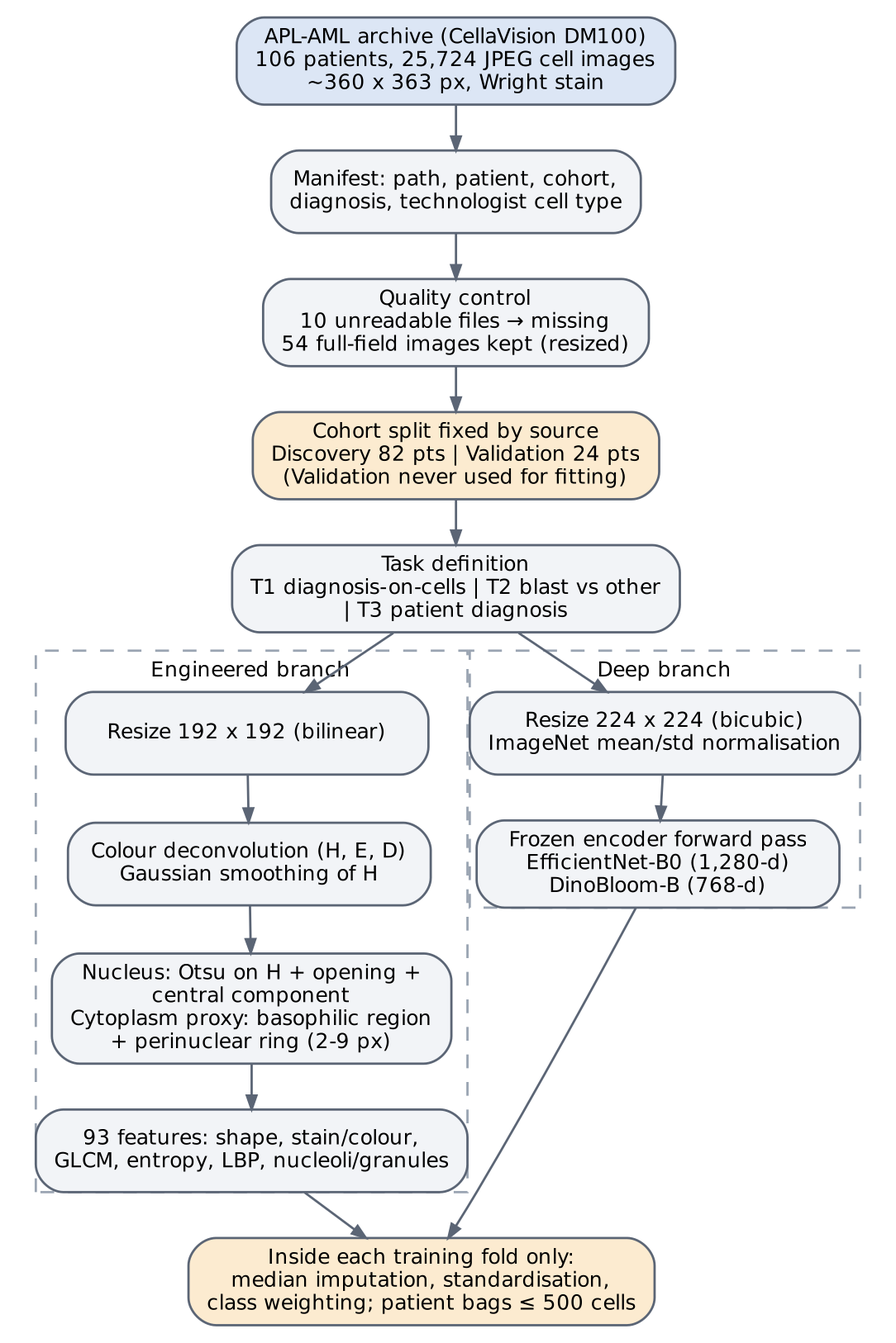
Above: manuscript/figures/fig_preprocessing.png in Sherif-Hussein/leukemia-leakage-benchmark (Graphviz), before the change. Its source is kept beside it as manuscript/figures/fig_preprocessing.dot.
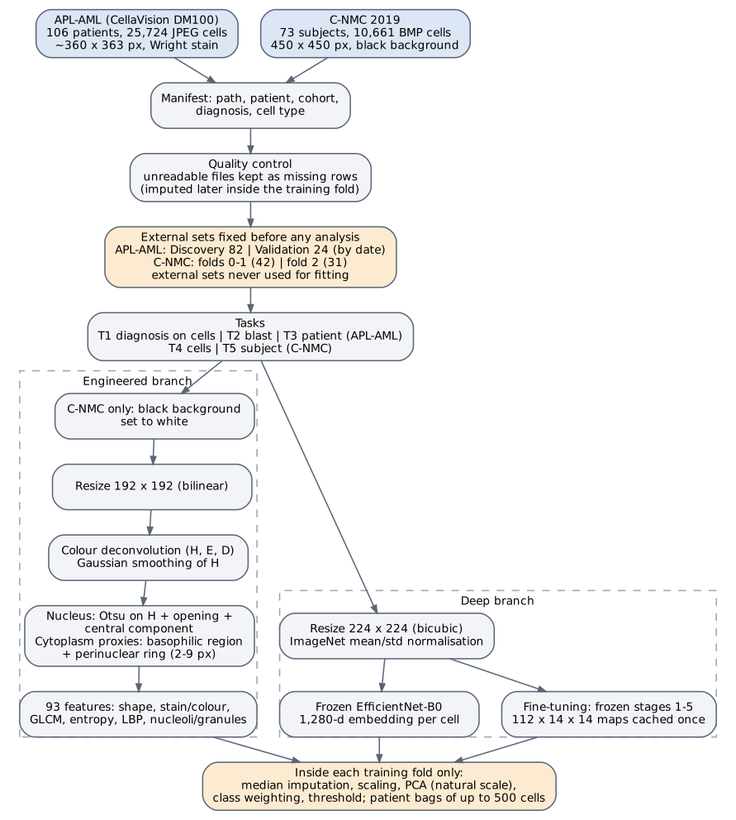
The same file after the commit.

Diff of the diagram source:
```diff
@@ -2,24 +2,27 @@
   graph [rankdir=TB, fontname="DejaVu Sans", fontsize=10, nodesep=0.25, ranksep=0.28, margin=0.05];
   node  [shape=box, style="rounded,filled", fillcolor="#F2F4F7", color="#5B6575", fontname="DejaVu Sans", fontsize=9, width=2.2];
   edge  [color="#5B6575", arrowsize=0.6];
-  raw   [label="APL-AML archive (CellaVision DM100)\n106 patients, 25,724 JPEG cell images\n~360 x 363 px, Wright stain", fillcolor="#DCE6F5"];
-  man   [label="Manifest: path, patient, cohort,\ndiagnosis, technologist cell type"];
-  qc    [label="Quality control\n10 unreadable files &#8594; missing\n54 full-field images kept (resized)"];
-  split [label="Cohort split fixed by source\nDiscovery 82 pts | Validation 24 pts\n(Validation never used for fitting)", fillcolor="#FCEBD0"];
-  task  [label="Task definition\nT1 diagnosis-on-cells | T2 blast vs other\n| T3 patient diagnosis"];
+  raw1  [label="APL-AML (CellaVision DM100)\n106 patients, 25,724 JPEG cells\n~360 x 363 px, Wright stain", fillcolor="#DCE6F5"];
+  raw2  [label="C-NMC 2019\n73 subjects, 10,661 BMP cells\n450 x 450 px, black background", fillcolor="#DCE6F5"];
+  man   [label="Manifest: path, patient, cohort,\ndiagnosis, cell type"];
+  qc    [label="Quality control\nunreadable files kept as missing rows\n(imputed later inside the training fold)"];
+  split [label="External sets fixed before any analysis\nAPL-AML: Discovery 82 | Validation 24 (by date)\nC-NMC: folds 0-1 (42) | fold 2 (31)\nexternal sets never used for fitting", fillcolor="#FCEBD0"];
+  task  [label="Tasks\nT1 diagnosis on cells | T2 blast | T3 patient (APL-AML)\nT4 cells | T5 subject (C-NMC)"];
   subgraph cluster_a { label="Engineered branch"; fontsize=9; color="#9AA4B2"; style=dashed;
+    bg  [label="C-NMC only: black background\nset to white"];
     rs1 [label="Resize 192 x 192 (bilinear)"];
     hed [label="Colour deconvolution (H, E, D)\nGaussian smoothing of H"];
-    seg [label="Nucleus: Otsu on H + opening +\ncentral component\nCytoplasm proxy: basophilic region\n+ perinuclear ring (2-9 px)"];
+    seg [label="Nucleus: Otsu on H + opening +\ncentral component\nCytoplasm proxies: basophilic region\n+ perinuclear ring (2-9 px)"];
     fe  [label="93 features: shape, stain/colour,\nGLCM, entropy, LBP, nucleoli/granules"];
   }
   subgraph cluster_b { label="Deep branch"; fontsize=9; color="#9AA4B2"; style=dashed;
     rs2 [label="Resize 224 x 224 (bicubic)\nImageNet mean/std normalisation"];
-    enc [label="Frozen encoder forward pass\nEfficientNet-B0 (1,280-d)\nDinoBloom-B (768-d)"];
+    enc [label="Frozen EfficientNet-B0\n1,280-d embedding per cell"];
+    cache [label="Fine-tuning: frozen stages 1-5\n112 x 14 x 14 maps cached once"];
   }
-  fold [label="Inside each training fold only:\nmedian imputation, standardisation,\nclass weighting; patient bags &#8804; 500 cells", fillcolor="#FCEBD0"];
-  raw -> man -> qc -> split -> task;
-  task -> rs1 -> hed -> seg -> fe;
-  task -> rs2 -> enc;
-  fe -> fold; enc -> fold;
+  fold [label="Inside each training fold only:\nmedian imputation, scaling, PCA (natural scale),\nclass weighting, threshold; patient bags of up to 500 cells", fillcolor="#FCEBD0"];
+  raw1 -> man; raw2 -> man; man -> qc -> split -> task;
+  task -> bg -> rs1 -> hed -> seg -> fe;
+  task -> rs2; rs2 -> enc; rs2 -> cache;
+  fe -> fold; enc -> fold; cache -> fold;
 }
```
